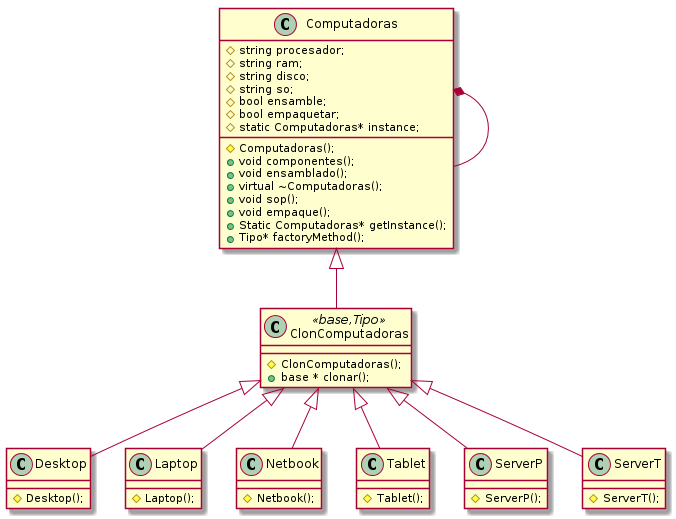
This is Evaluaciones/Primera/out/Computadoras.png from jpguitron/TC2004-AgoDic17, a PlantUML export, as it was before one commit.
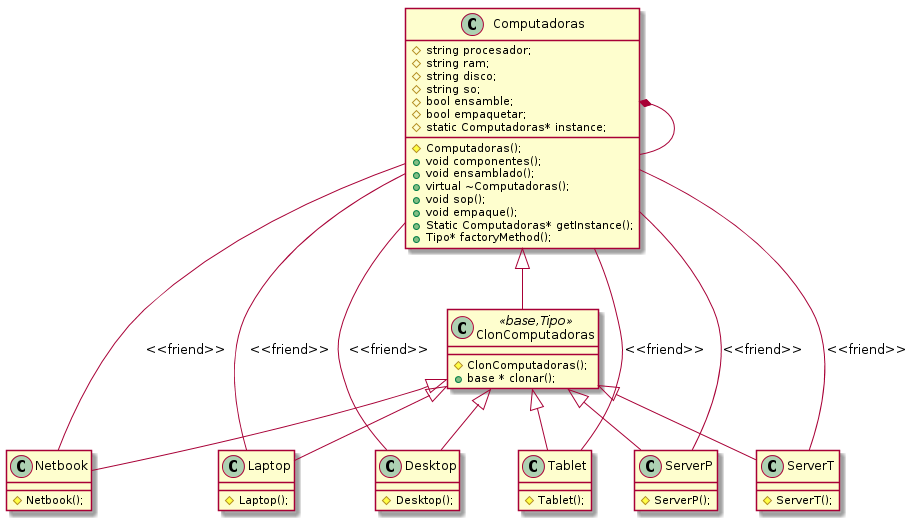
The same file after the commit.

Change to the diagram source:
```diff
@@ -58,4 +58,12 @@
 Computadoras <|-- ClonComputadoras
 Computadoras*-Computadoras
 
+
+Computadoras -- Laptop : <<friend>>
+Computadoras -- Desktop : <<friend>>
+Computadoras -- Netbook : <<friend>>
+Computadoras -- Tablet : <<friend>>
+Computadoras -- ServerP : <<friend>>
+Computadoras -- ServerT : <<friend>>
+
 @enduml
```
